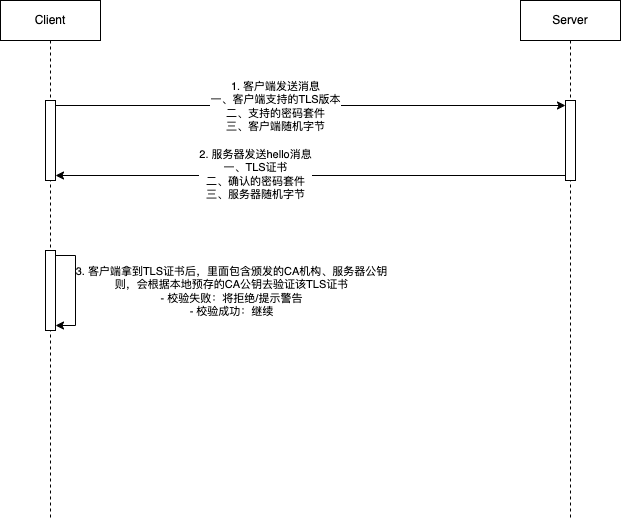
This is TLS协议.drawio.png from JYbill/draw, a draw.io export, as it was before one commit. Source tidied: cells renumbered, new cells last; positions are measured from the earlier drawing's top-left corner, leaving out a move shared by most shapes.
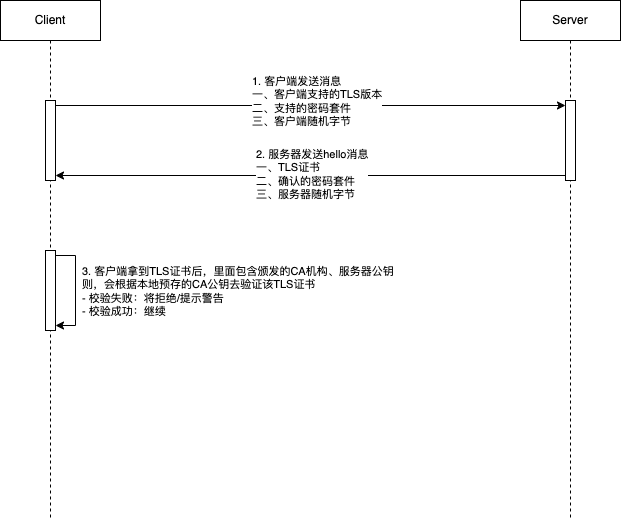
After the commit.

What changed in the source:
```diff
@@ -14,9 +14,9 @@
     <mxCell id="5" style="edgeStyle=orthogonalEdgeStyle;rounded=0;orthogonalLoop=1;jettySize=auto;html=1;curved=0;exitX=1;exitY=0;exitDx=0;exitDy=5;exitPerimeter=0;entryX=1;entryY=1;entryDx=0;entryDy=-5;entryPerimeter=0;" parent="2" edge="1" source="4" target="4">
       <mxGeometry relative="1" as="geometry" />
     </mxCell>
-    <mxCell id="6" value="3. 客户端拿到TLS证书后，里面包含颁发的CA机构、服务器公钥&lt;br&gt;则，会根据本地预存的CA公钥去验证该TLS证书&lt;br&gt;- 校验失败：将拒绝/提示警告&lt;br&gt;- 校验成功：继续" style="edgeLabel;html=1;align=center;verticalAlign=middle;" parent="5" vertex="1">
+    <mxCell id="6" value="3. 客户端拿到TLS证书后，里面包含颁发的CA机构、服务器公钥&lt;br&gt;则，会根据本地预存的CA公钥去验证该TLS证书&lt;br&gt;- 校验失败：将拒绝/提示警告&lt;br&gt;- 校验成功：继续" style="edgeLabel;html=1;align=left;verticalAlign=middle;" parent="5" vertex="1">
       <mxGeometry x="0.04" y="4" relative="1" as="geometry">
-        <mxPoint x="151" y="-2" as="offset" />
+        <mxPoint x="1" y="-2" as="offset" />
       </mxGeometry>
     </mxCell>
     <mxCell id="7" value="Server" style="shape=umlLifeline;perimeter=lifelinePerimeter;whiteSpace=wrap;html=1;newEdgeStyle={&quot;curved&quot;:0,&quot;rounded&quot;:0};" parent="1" vertex="1">
@@ -28,13 +28,15 @@
     <mxCell id="9" style="edgeStyle=orthogonalEdgeStyle;rounded=0;jettySize=auto;html=1;curved=0;exitX=1;exitY=0;exitDx=0;exitDy=5;exitPerimeter=0;entryX=0;entryY=0;entryDx=0;entryDy=5;entryPerimeter=0;" parent="1" edge="1" source="3" target="8">
       <mxGeometry relative="1" as="geometry" />
     </mxCell>
-    <mxCell id="10" value="1. 客户端发送消息&lt;div&gt;一、客户端支持的TLS版本&lt;br&gt;二、支持的密码套件&lt;br&gt;三、客户端随机字节&lt;br&gt;&lt;/div&gt;" style="edgeLabel;html=1;align=center;verticalAlign=middle;" parent="9" vertex="1">
-      <mxGeometry x="-0.14" relative="1" as="geometry" />
+    <mxCell id="10" value="1. 客户端发送消息&lt;div&gt;一、客户端支持的TLS版本&lt;br&gt;二、支持的密码套件&lt;br&gt;三、客户端随机字节&lt;br&gt;&lt;/div&gt;" style="edgeLabel;html=1;align=left;verticalAlign=middle;" parent="9" vertex="1">
+      <mxGeometry x="-0.14" relative="1" as="geometry">
+        <mxPoint x="-24" y="-5" as="offset" />
+      </mxGeometry>
     </mxCell>
     <mxCell id="11" style="edgeStyle=orthogonalEdgeStyle;rounded=0;jettySize=auto;html=1;curved=0;exitX=0;exitY=1;exitDx=0;exitDy=-5;exitPerimeter=0;entryX=1;entryY=1;entryDx=0;entryDy=-5;entryPerimeter=0;" parent="1" edge="1" source="8" target="3">
       <mxGeometry relative="1" as="geometry" />
     </mxCell>
-    <mxCell id="12" value="2. 服务器发送hello消息&lt;br&gt;一、TLS证书&lt;br&gt;二、确认的密码套件&lt;br&gt;三、服务器随机字节" style="edgeLabel;html=1;align=center;verticalAlign=middle;" parent="11" vertex="1">
+    <mxCell id="12" value="2. 服务器发送hello消息&lt;br&gt;一、TLS证书&lt;br&gt;二、确认的密码套件&lt;br&gt;三、服务器随机字节" style="edgeLabel;html=1;align=left;verticalAlign=middle;" parent="11" vertex="1">
       <mxGeometry x="0.22" y="-2" relative="1" as="geometry" />
     </mxCell>
   </root>
```
